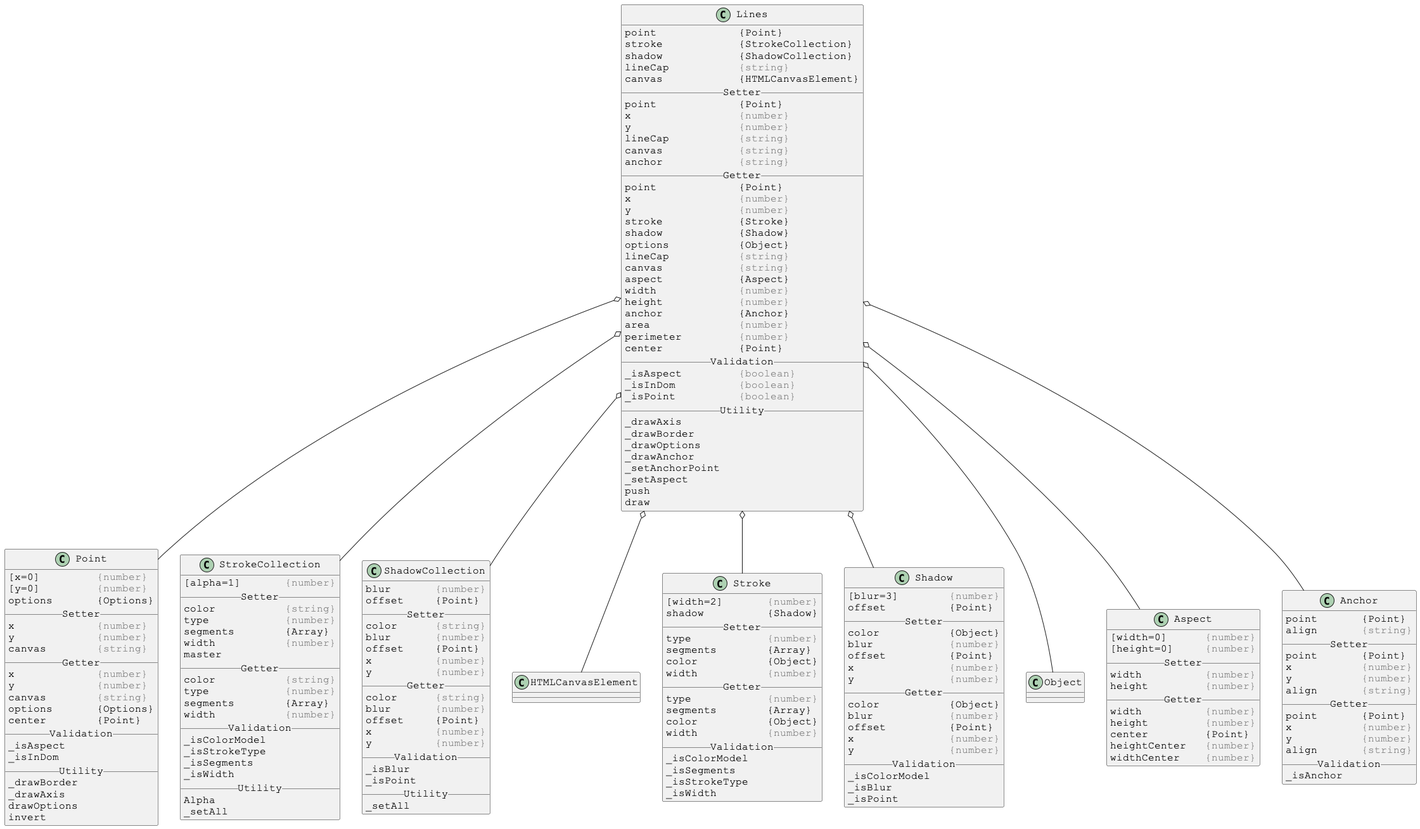
Earlier version of the PlantUML export docs/PlantUml/images/linked/Lines-linked.png (Justin-Byrne/canvasLab).
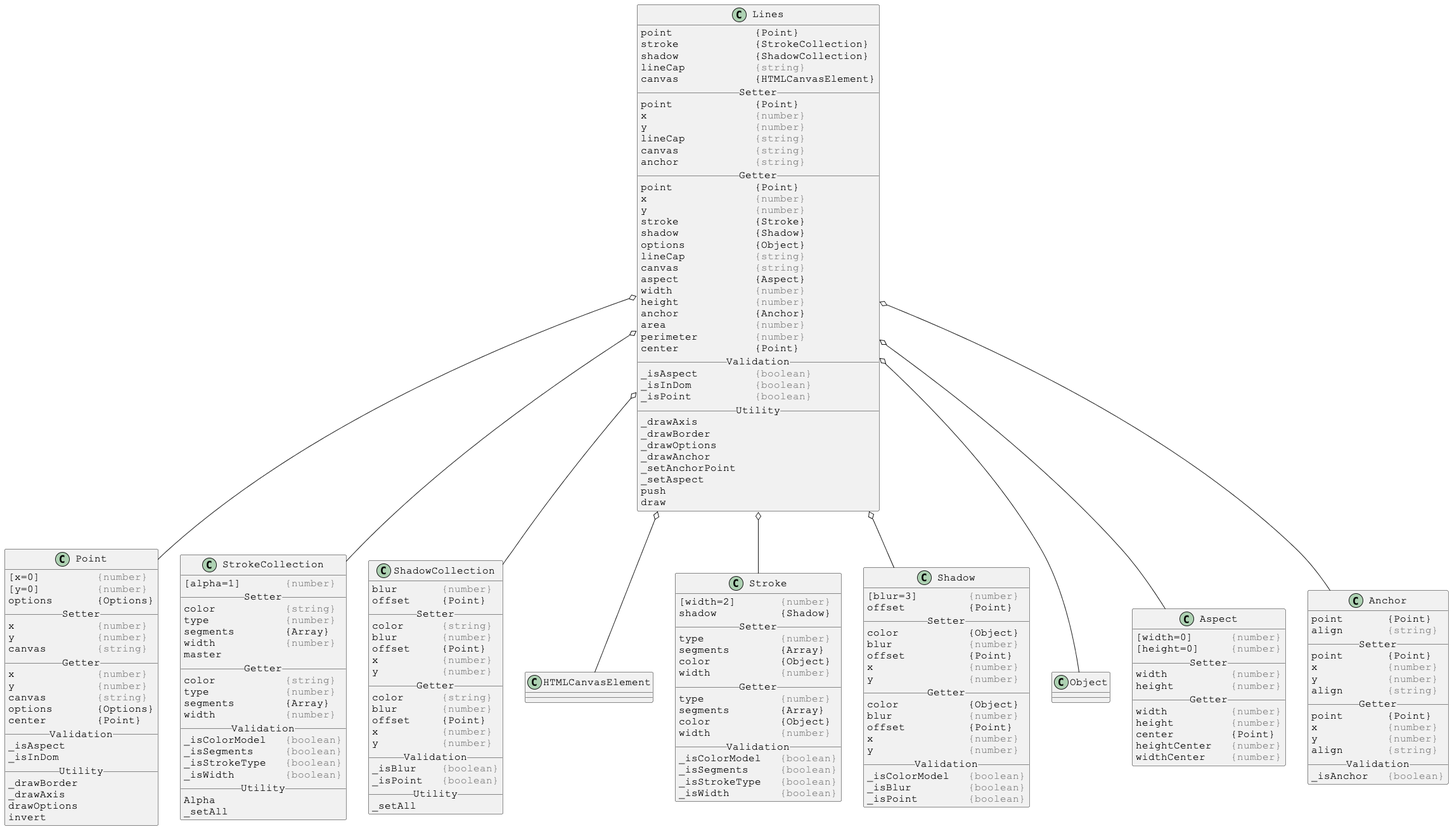
After the change.

What changed in the source:
```diff
@@ -105,10 +105,10 @@
 segments        {Array}
 width           <color:gray>{number}</color>
 __ Validation __
-_isColorModel
-_isStrokeType
-_isSegments
-_isWidth
+_isColorModel   <color:gray>{boolean}</color>
+_isSegments     <color:gray>{boolean}</color>
+_isStrokeType   <color:gray>{boolean}</color>
+_isWidth        <color:gray>{boolean}</color>
 __ Utility __
 Alpha
 _setAll
@@ -135,8 +135,8 @@
 x          <color:gray>{number}</color>
 y          <color:gray>{number}</color>
 __ Validation __
-_isBlur
-_isPoint
+_isBlur    <color:gray>{boolean}</color>
+_isPoint   <color:gray>{boolean}</color>
 __ Utility __
 _setAll
 }
@@ -160,10 +160,10 @@
 color           {Object}
 width           <color:gray>{number}</color>
 __ Validation __
-_isColorModel
-_isSegments
-_isStrokeType
-_isWidth
+_isColorModel   <color:gray>{boolean}</color>
+_isSegments     <color:gray>{boolean}</color>
+_isStrokeType   <color:gray>{boolean}</color>
+_isWidth        <color:gray>{boolean}</color>
 }
 
 
@@ -187,9 +187,9 @@
 x               <color:gray>{number}</color>
 y               <color:gray>{number}</color>
 __ Validation __
-_isColorModel
-_isBlur
-_isPoint
+_isColorModel   <color:gray>{boolean}</color>
+_isBlur         <color:gray>{boolean}</color>
+_isPoint        <color:gray>{boolean}</color>
 }
 
 
@@ -230,7 +230,7 @@
 y           <color:gray>{number}</color>
 align       <color:gray>{string}</color>
 __ Validation __
-_isAnchor
+_isAnchor   <color:gray>{boolean}</color>
 }
 
 @enduml
```
